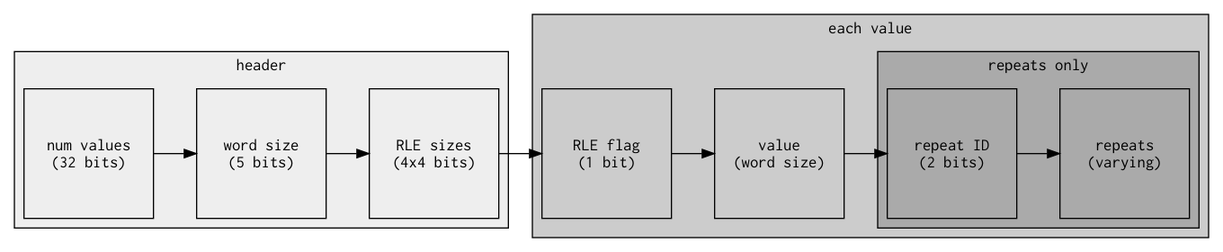
thi-ng/umbrella keeps this Graphviz diagram as assets/rle-layout.png. Above is the earlier version. Its source is kept beside it as assets/dot/rle-layout.dot. The source it was exported from:
```dot
digraph g {
    fontname=Inconsolata;
    rankdir=LR;
    node[shape=square,width=1.5,fontname=Inconsolata];

    subgraph cluster0 {
        label="header";
        style="filled";
        bgcolor="#eeeeee";
        num[label="num values\n(32 bits)"];
        wordsize[label="word size\n(5 bits)"];
        rlesizes[label="RLE sizes\n(4x4 bits)"];
    }

    subgraph cluster1 {
        label="each value";
        bgcolor="#cccccc";
        flag[label="RLE flag\n(1 bit)"];
        val[label="value\n(word size)"];

        subgraph cluster1b {
            bgcolor="#aaaaaa";
            label="repeats only";
            repeatid[label="repeat ID\n(2 bits)"];
            repeat[label="repeats\n(varying)"];
        }
    }

    num -> wordsize -> rlesizes -> flag -> val -> repeatid -> repeat;

}
```
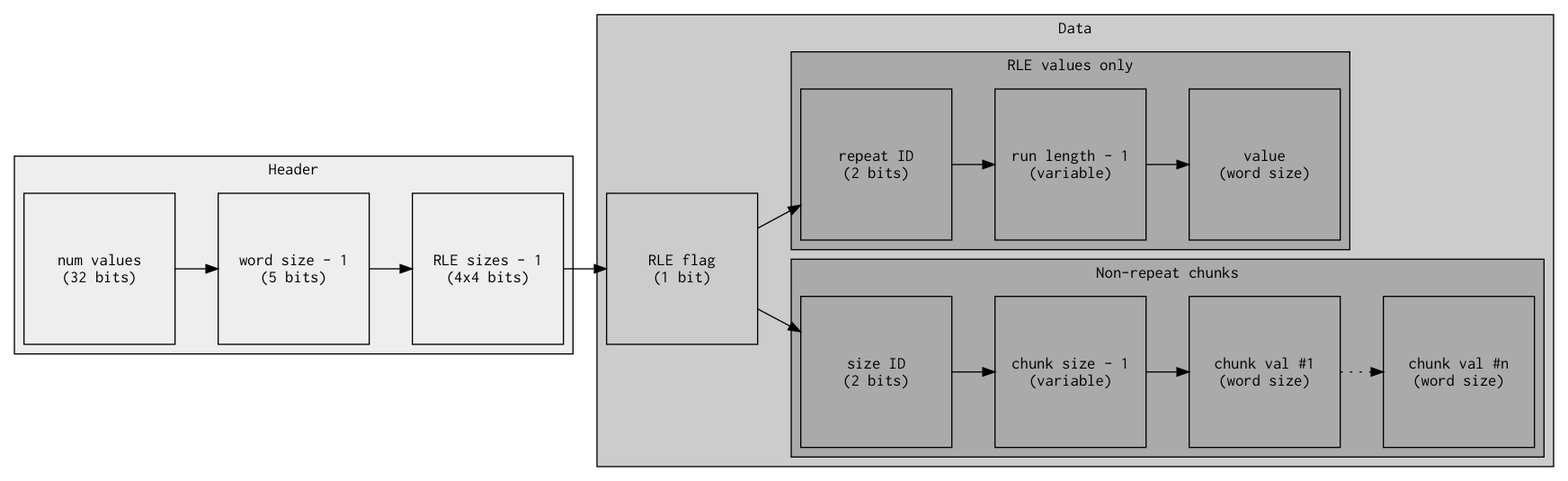
The same diagram one commit later.

Commit message:
docs(rle-pack): update readme & diagram

What changed in the source:
```diff
@@ -1,31 +1,46 @@
 digraph g {
     fontname=Inconsolata;
     rankdir=LR;
-    node[shape=square,width=1.5,fontname=Inconsolata];
+    node[shape=square,width=1.75,fontname=Inconsolata];
 
     subgraph cluster0 {
-        label="header";
+        label="Header";
         style="filled";
         bgcolor="#eeeeee";
         num[label="num values\n(32 bits)"];
-        wordsize[label="word size\n(5 bits)"];
-        rlesizes[label="RLE sizes\n(4x4 bits)"];
+        wordsize[label="word size - 1\n(5 bits)"];
+        rlesizes[label="RLE sizes - 1\n(4x4 bits)"];
     }
 
     subgraph cluster1 {
-        label="each value";
+        label="Data";
         bgcolor="#cccccc";
         flag[label="RLE flag\n(1 bit)"];
-        val[label="value\n(word size)"];
+
+        subgraph cluster1a {
+            bgcolor="#aaaaaa";
+            label="Non-repeat chunks";
+            chunksizeid[label="size ID\n(2 bits)"];
+            chunksize[label="chunk size - 1\n(variable)"];
+            chunkval1[label="chunk val #1\n(word size)"];
+            chunkvaln[label="chunk val #n\n(word size)"];
+        }
 
         subgraph cluster1b {
             bgcolor="#aaaaaa";
-            label="repeats only";
+            label="RLE values only";
             repeatid[label="repeat ID\n(2 bits)"];
-            repeat[label="repeats\n(varying)"];
+            rle[label="run length - 1\n(variable)"];
+            val[label="value\n(word size)"];
         }
     }
 
-    num -> wordsize -> rlesizes -> flag -> val -> repeatid -> repeat;
+    num -> wordsize -> rlesizes -> flag;
+    flag -> chunksizeid; //[label="0"];
+    chunksizeid -> chunksize -> chunkval1;
+    chunkval1 -> chunkvaln[style=dotted];
+
+    flag -> repeatid; //[label="1"];
+    repeatid -> rle -> val;
 
 }
```
